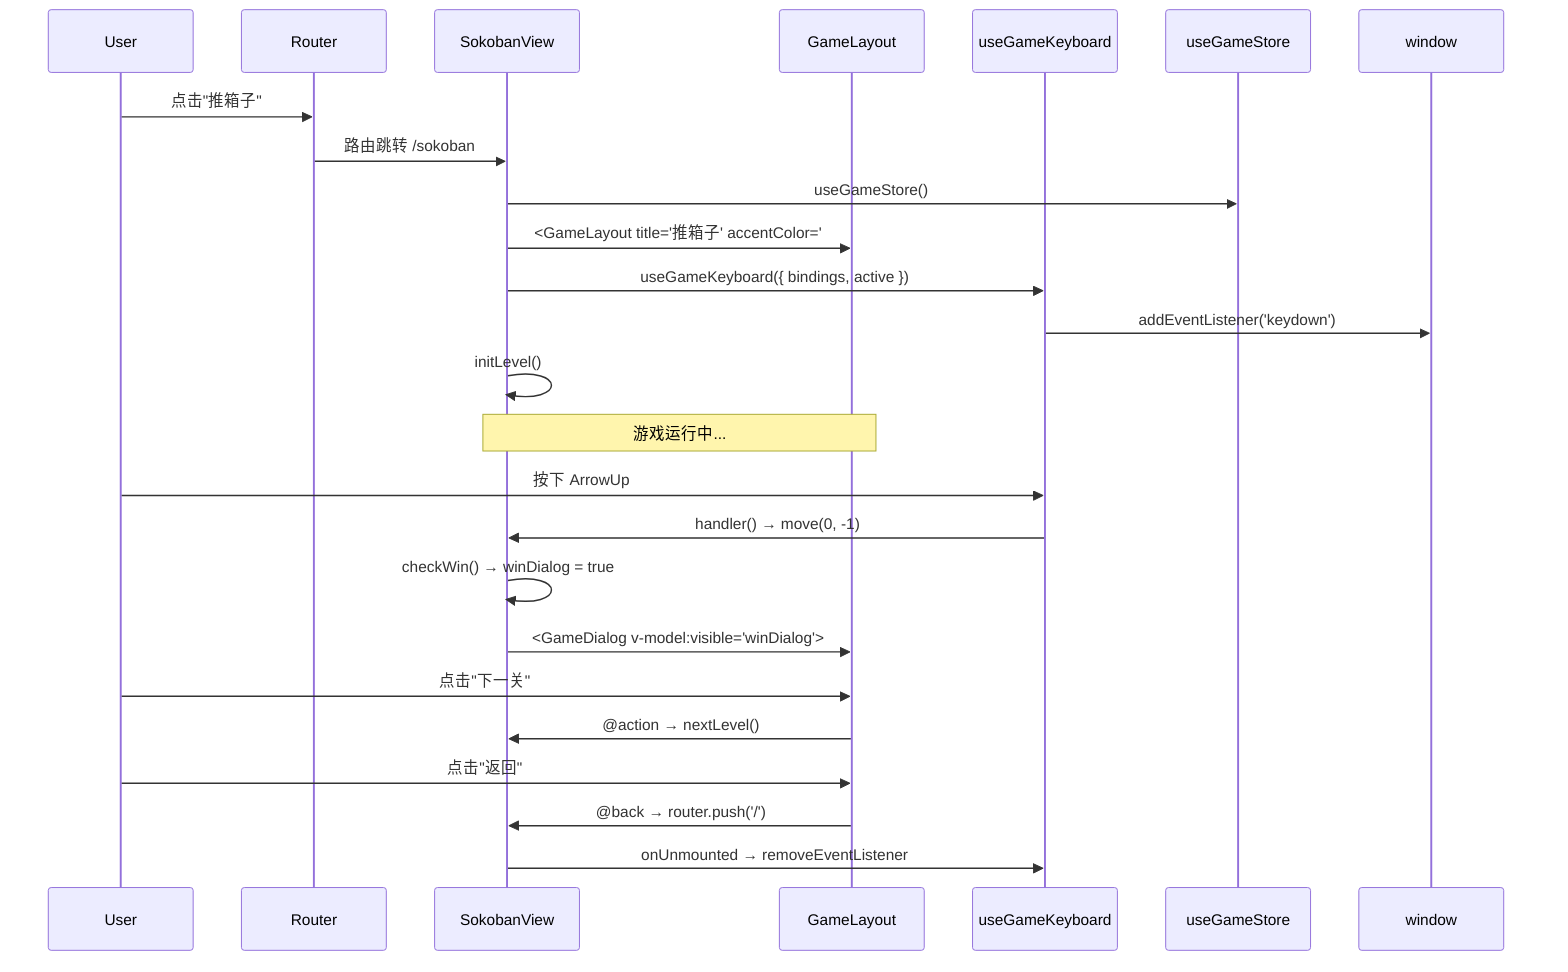
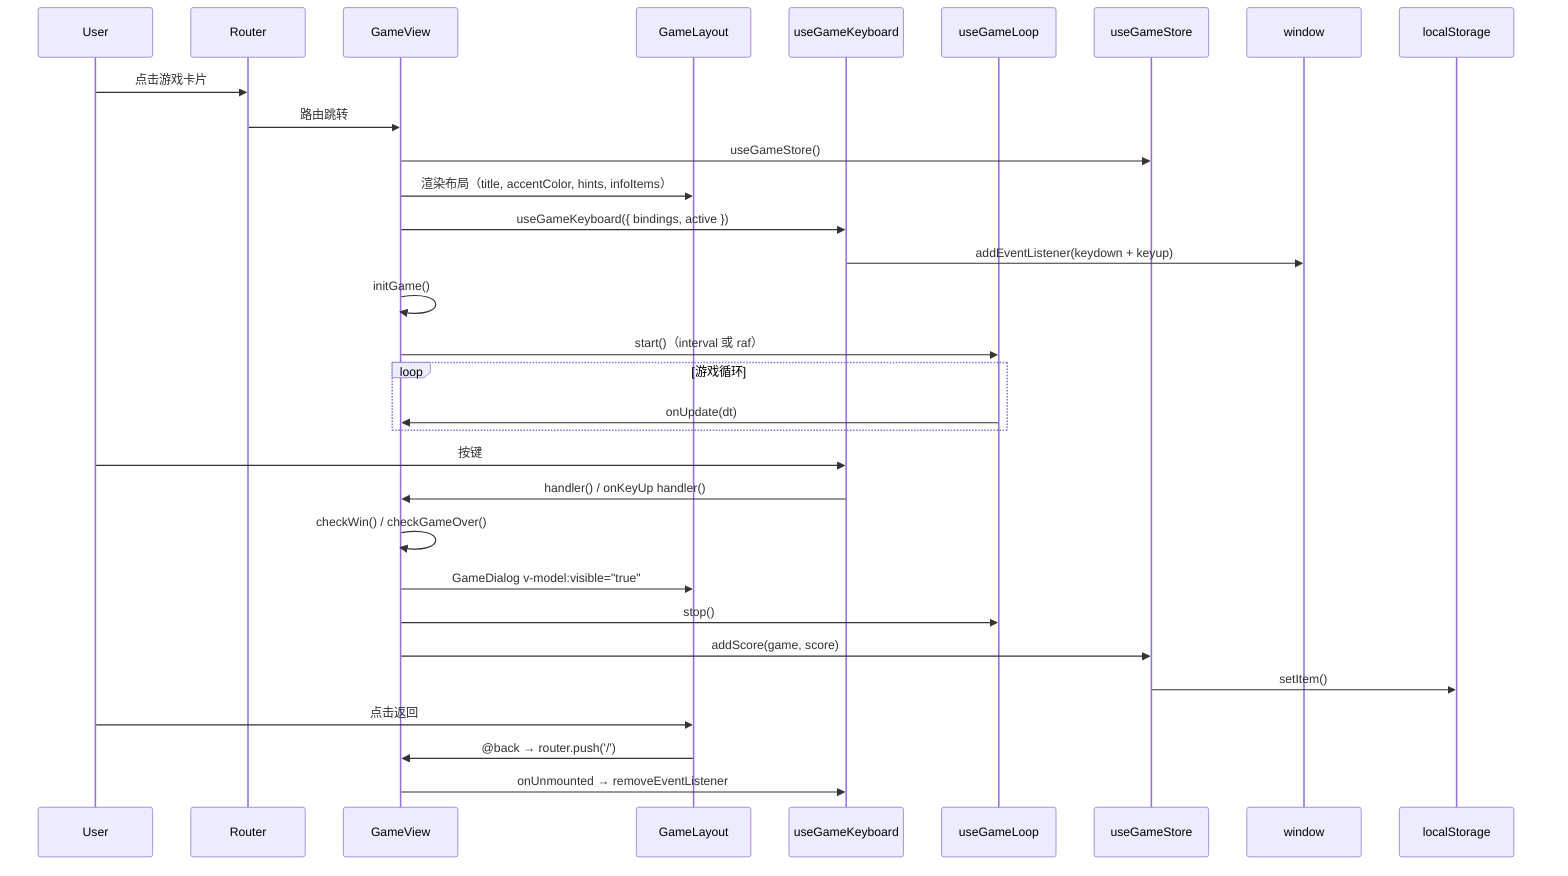
sequenceDiagram
    participant User
    participant Router
-     participant SokobanView
+     participant GameView
    participant GameLayout
    participant useGameKeyboard
+     participant useGameLoop
    participant useGameStore

-     User->>Router: 点击"推箱子"
-     Router->>SokobanView: 路由跳转 /sokoban
-     SokobanView->>useGameStore: useGameStore()
-     SokobanView->>GameLayout: <GameLayout title="推箱子" accentColor="#00FFFF" ...>
-     SokobanView->>useGameKeyboard: useGameKeyboard({ bindings, active })
-     useGameKeyboard->>window: addEventListener('keydown')
-     SokobanView->>SokobanView: initLevel()
-     Note over SokobanView,GameLayout: 游戏运行中...
-     User->>useGameKeyboard: 按下 ArrowUp
-     useGameKeyboard->>SokobanView: handler() → move(0, -1)
-     SokobanView->>SokobanView: checkWin() → winDialog = true
-     SokobanView->>GameLayout: <GameDialog v-model:visible="winDialog">
-     User->>GameLayout: 点击"下一关"
-     GameLayout->>SokobanView: @action → nextLevel()
-     User->>GameLayout: 点击"返回"
-     GameLayout->>SokobanView: @back → router.push('/')
-     SokobanView->>useGameKeyboard: onUnmounted → removeEventListener
+     User->>Router: 点击游戏卡片
+     Router->>GameView: 路由跳转
+     GameView->>useGameStore: useGameStore()
+     GameView->>GameLayout: 渲染布局（title, accentColor, hints, infoItems）
+     GameView->>useGameKeyboard: useGameKeyboard({ bindings, active })
+     useGameKeyboard->>window: addEventListener(keydown + keyup)
+     GameView->>GameView: initGame()
+     GameView->>useGameLoop: start()（interval 或 raf）
+ 
+     loop 游戏循环
+         useGameLoop->>GameView: onUpdate(dt)
+     end
+ 
+     User->>useGameKeyboard: 按键
+     useGameKeyboard->>GameView: handler() / onKeyUp handler()
+ 
+     GameView->>GameView: checkWin() / checkGameOver()
+ 
+     GameView->>GameLayout: GameDialog v-model:visible="true"
+     GameView->>useGameLoop: stop()
+     GameView->>useGameStore: addScore(game, score)
+     useGameStore->>localStorage: setItem()
+ 
+     User->>GameLayout: 点击返回
+     GameLayout->>GameView: @back → router.push('/')
+     GameView->>useGameKeyboard: onUnmounted → removeEventListener
